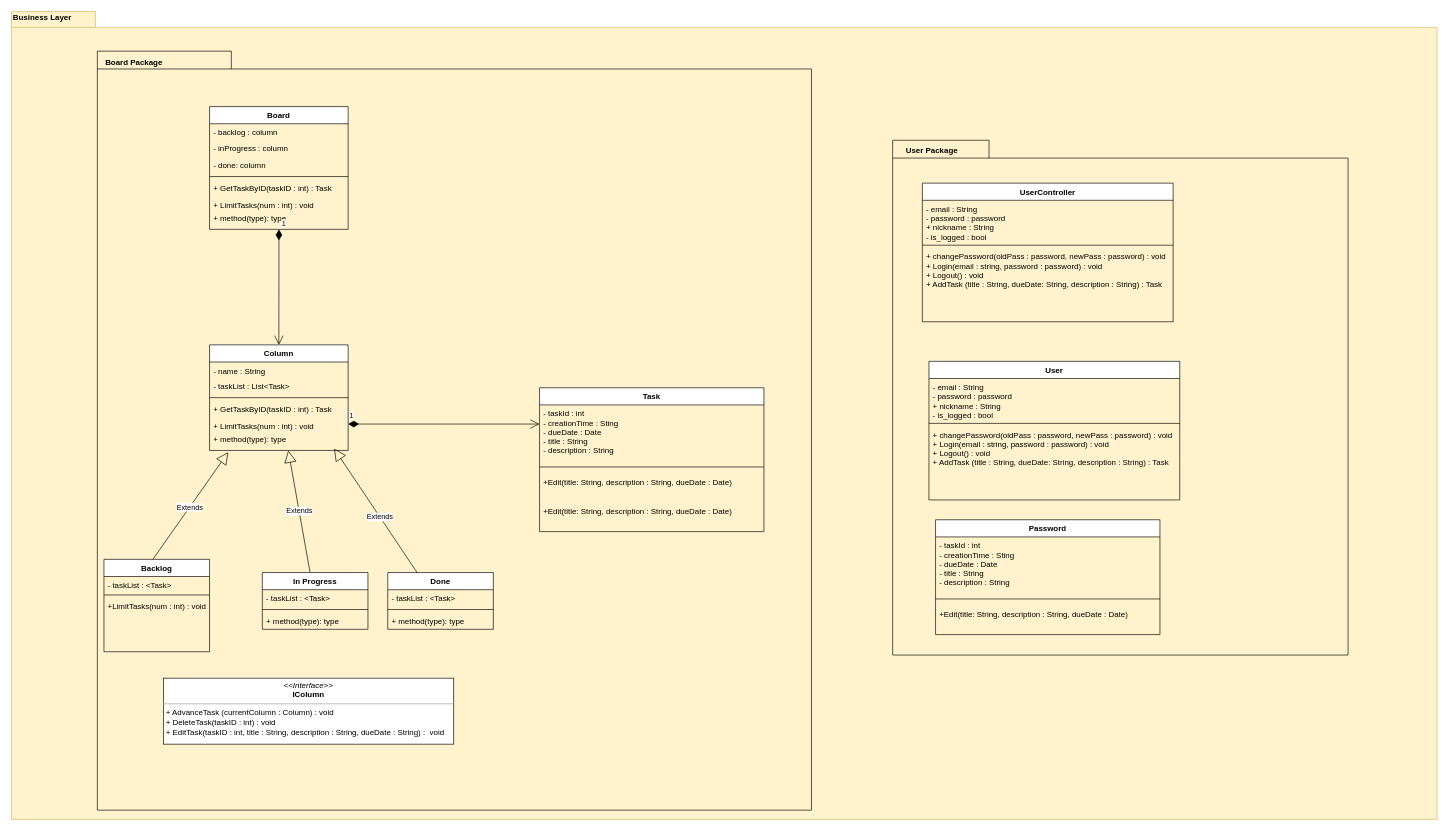
The draw.io diagram Kanban Board.drawio in Nimrod891/Kanban-Board---Intro-to-SE, before the edit. Source tidied: cells renumbered, new cells numbered last; positions are measured from the earlier drawing's top-left corner, leaving out a move shared by most shapes. Both pictures are drawn from the tidied source at 66%, with x=0, y=0 at pixel (11, 11).
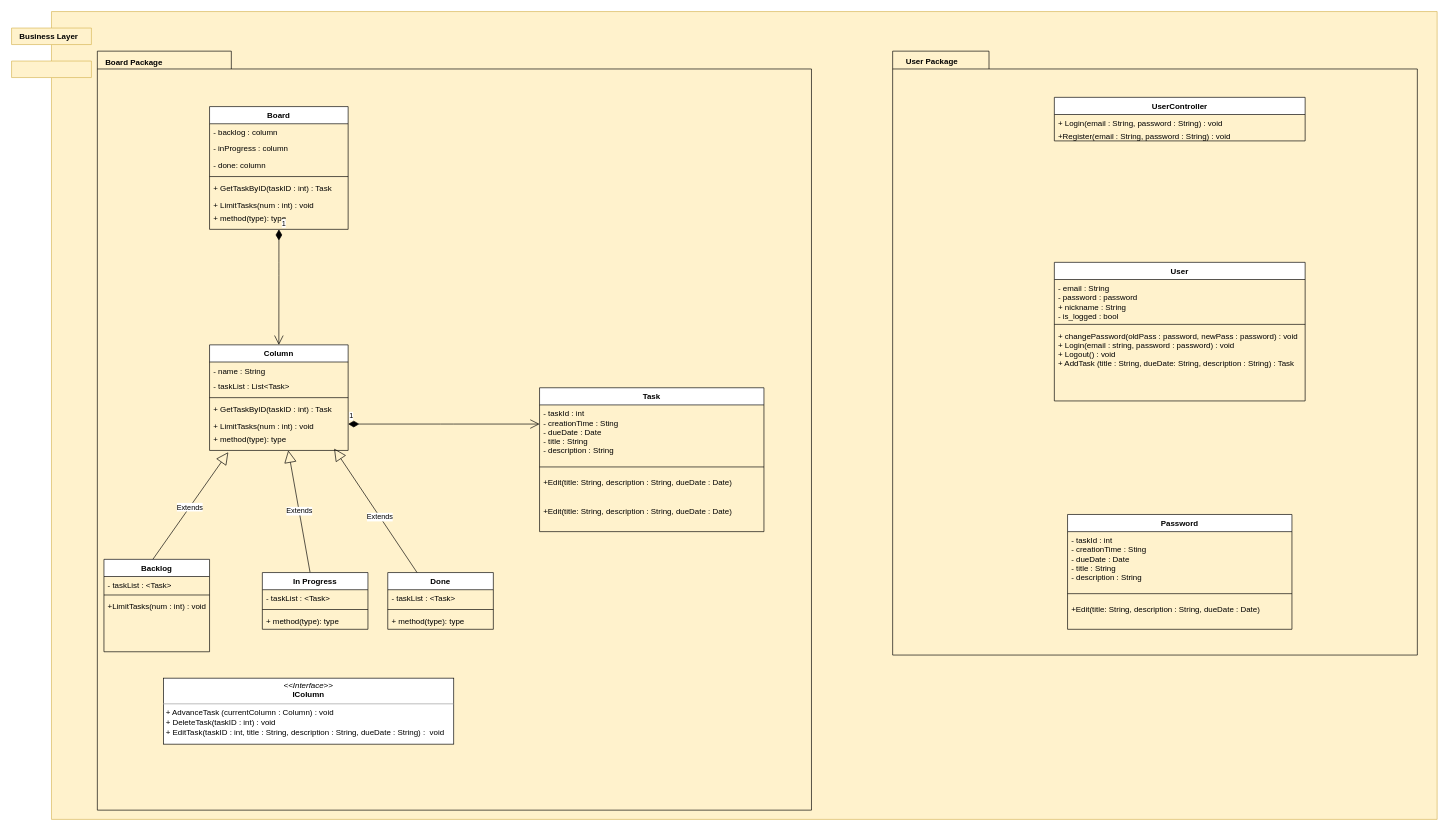
Above is the later version.

Commit message:
User Package update

Change to the diagram source:
```diff
@@
-    <mxCell id="2" value="Business Layer" style="shape=folder;fontStyle=1;spacingTop=-1;tabWidth=127;tabHeight=24;tabPosition=left;html=1;labelPosition=left;verticalLabelPosition=top;align=right;verticalAlign=bottom;spacingBottom=-19;spacingRight=-92;fillColor=#fff2cc;strokeColor=#d6b656;" parent="1" vertex="1">
+    <mxCell id="2" value="Business Layer" style="shape=module;fontStyle=1;spacingTop=-1;tabWidth=127;tabHeight=24;tabPosition=left;html=1;labelPosition=left;verticalLabelPosition=top;align=right;verticalAlign=bottom;spacingBottom=-47;spacingRight=-102;fillColor=#fff2cc;strokeColor=#d6b656;jettyWidth=121;jettyHeight=25;" parent="1" vertex="1">
       <mxGeometry width="2160" height="1224" as="geometry" />
     </mxCell>
@@
     <mxCell id="4" value="User Package" style="shape=folder;fontStyle=1;spacingTop=10;tabWidth=146;tabHeight=27;tabPosition=left;html=1;fillColor=none;labelPosition=left;verticalLabelPosition=top;align=right;verticalAlign=bottom;spacingRight=-100;spacingBottom=-25;" parent="1" vertex="1">
-      <mxGeometry x="1335" y="195" width="690" height="780" as="geometry" />
+      <mxGeometry x="1335" y="60" width="795" height="915" as="geometry" />
     </mxCell>
@@
+    <mxCell id="51" value="UserController" style="swimlane;fontStyle=1;align=center;verticalAlign=top;horizontal=1;startSize=26;" parent="1" vertex="1">
+      <mxGeometry x="1580" y="130" width="380" height="66" as="geometry" />
+    </mxCell>
+    <mxCell id="55" value="+ Login(email : String, password : String) : void" style="text;strokeColor=none;fillColor=none;align=left;verticalAlign=top;spacingLeft=4;spacingRight=4;overflow=hidden;" parent="51" vertex="1">
+      <mxGeometry y="26" width="380" height="20" as="geometry" />
+    </mxCell>
+    <mxCell id="56" value="+Register(email : String, password : String) : void" style="text;strokeColor=none;fillColor=none;align=left;verticalAlign=top;spacingLeft=4;spacingRight=4;overflow=hidden;" parent="51" vertex="1">
+      <mxGeometry y="46" width="380" height="20" as="geometry" />
+    </mxCell>
     <mxCell id="43" value="Password" style="swimlane;fontStyle=1;align=center;verticalAlign=top;horizontal=1;startSize=26;" parent="1" vertex="1">
-      <mxGeometry x="1400" y="770" width="340" height="174" as="geometry" />
+      <mxGeometry x="1600" y="762" width="340" height="174" as="geometry" />
     </mxCell>
@@
     <mxCell id="47" value="User" style="swimlane;fontStyle=1;align=center;verticalAlign=top;horizontal=1;startSize=26;" parent="1" vertex="1">
-      <mxGeometry x="1390" y="530" width="380" height="210" as="geometry" />
+      <mxGeometry x="1580" y="380" width="380" height="210" as="geometry" />
     </mxCell>
@@
-    <mxCell id="51" value="UserController" style="swimlane;fontStyle=1;align=center;verticalAlign=top;horizontal=1;startSize=26;" parent="1" vertex="1">
-      <mxGeometry x="1380" y="260" width="380" height="210" as="geometry" />
-    </mxCell>
-    <mxCell id="52" value="- email : String&#10;- password : password&#10;+ nickname : String&#10;- is_logged : bool" style="text;strokeColor=none;fillColor=none;align=left;verticalAlign=top;spacingLeft=4;spacingRight=4;overflow=hidden;" parent="51" vertex="1">
-      <mxGeometry y="26" width="380" height="64" as="geometry" />
-    </mxCell>
-    <mxCell id="53" style="line;strokeWidth=1;fillColor=none;align=left;verticalAlign=middle;spacingTop=-1;spacingLeft=3;spacingRight=3;labelPosition=right;" parent="51" vertex="1">
-      <mxGeometry y="90" width="380" height="8" as="geometry" />
-    </mxCell>
-    <mxCell id="54" value="+ changePassword(oldPass : password, newPass : password) : void&#10;+ Login(email : string, password : password) : void&#10;+ Logout() : void&#10;+ AddTask (title : String, dueDate: String, description : String) : Task" style="text;strokeColor=none;fillColor=none;align=left;verticalAlign=top;spacingLeft=4;spacingRight=4;overflow=hidden;" parent="51" vertex="1">
-      <mxGeometry y="98" width="380" height="112" as="geometry" />
-    </mxCell>
```
